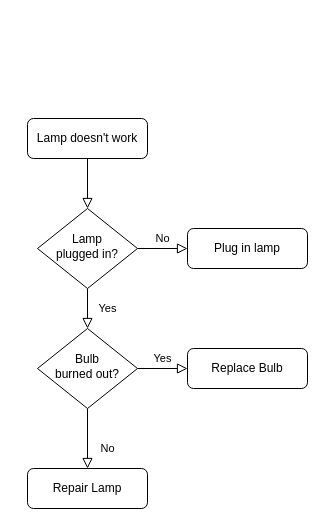
The draw.io diagram 重复发放.drawio in moshan123/draw, before the edit. Source tidied: cells renumbered, new cells numbered last; positions are measured from the earlier drawing's top-left corner, leaving out a move shared by most shapes. Both pictures are drawn from the tidied source at 100%, with x=0, y=0 at pixel (27, 118).
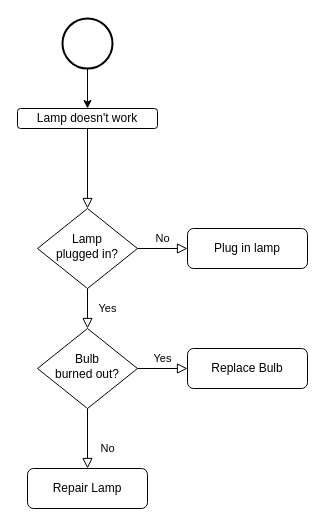
The same page after the edit.

Commit message:
更新重复发放.drawio

Diff of the diagram source:
```diff
@@
 <mxGraphModel>
   <root>
     <mxCell id="0" />
     <mxCell id="1" parent="0" />
     <mxCell id="2" style="rounded=0;html=1;jettySize=auto;fontSize=11;endArrow=block;endFill=0;endSize=8;strokeWidth=1;shadow=0;labelBackgroundColor=none;edgeStyle=orthogonalEdgeStyle;" parent="1" edge="1" source="3" target="6">
       <mxGeometry relative="1" as="geometry" />
     </mxCell>
     <mxCell id="3" value="Lamp doesn't work" style="rounded=1;whiteSpace=wrap;html=1;fontSize=12;glass=0;strokeWidth=1;shadow=0;" parent="1" vertex="1">
-      <mxGeometry width="120" height="40" as="geometry" />
+      <mxGeometry x="-10" y="-10" width="140" height="20" as="geometry" />
     </mxCell>
     <mxCell id="4" value="Yes" style="rounded=0;html=1;jettySize=auto;fontSize=11;endArrow=block;endFill=0;endSize=8;strokeWidth=1;shadow=0;labelBackgroundColor=none;edgeStyle=orthogonalEdgeStyle;" parent="1" edge="1" source="6" target="10">
       <mxGeometry y="20" relative="1" as="geometry" />
     </mxCell>
     <mxCell id="5" value="No" style="edgeStyle=orthogonalEdgeStyle;rounded=0;html=1;jettySize=auto;fontSize=11;endArrow=block;endFill=0;endSize=8;strokeWidth=1;shadow=0;labelBackgroundColor=none;" parent="1" edge="1" source="6" target="7">
       <mxGeometry y="10" relative="1" as="geometry" />
     </mxCell>
     <mxCell id="6" value="Lamp&lt;br&gt;plugged in?" style="rhombus;whiteSpace=wrap;html=1;shadow=0;fontFamily=Helvetica;fontSize=12;align=center;strokeWidth=1;spacing=6;spacingTop=-4;" parent="1" vertex="1">
       <mxGeometry x="10" y="90" width="100" height="80" as="geometry" />
     </mxCell>
     <mxCell id="7" value="Plug in lamp" style="rounded=1;whiteSpace=wrap;html=1;fontSize=12;glass=0;strokeWidth=1;shadow=0;" parent="1" vertex="1">
       <mxGeometry x="160" y="110" width="120" height="40" as="geometry" />
     </mxCell>
     <mxCell id="8" value="No" style="rounded=0;html=1;jettySize=auto;fontSize=11;endArrow=block;endFill=0;endSize=8;strokeWidth=1;shadow=0;labelBackgroundColor=none;edgeStyle=orthogonalEdgeStyle;" parent="1" edge="1" source="10" target="11">
       <mxGeometry x="0.33" y="20" relative="1" as="geometry" />
     </mxCell>
     <mxCell id="9" value="Yes" style="edgeStyle=orthogonalEdgeStyle;rounded=0;html=1;jettySize=auto;fontSize=11;endArrow=block;endFill=0;endSize=8;strokeWidth=1;shadow=0;labelBackgroundColor=none;" parent="1" edge="1" source="10" target="12">
       <mxGeometry y="10" relative="1" as="geometry" />
     </mxCell>
     <mxCell id="10" value="Bulb&lt;br&gt;burned out?" style="rhombus;whiteSpace=wrap;html=1;shadow=0;fontFamily=Helvetica;fontSize=12;align=center;strokeWidth=1;spacing=6;spacingTop=-4;" parent="1" vertex="1">
       <mxGeometry x="10" y="210" width="100" height="80" as="geometry" />
     </mxCell>
     <mxCell id="11" value="Repair Lamp" style="rounded=1;whiteSpace=wrap;html=1;fontSize=12;glass=0;strokeWidth=1;shadow=0;" parent="1" vertex="1">
       <mxGeometry y="350" width="120" height="40" as="geometry" />
     </mxCell>
     <mxCell id="12" value="Replace Bulb" style="rounded=1;whiteSpace=wrap;html=1;fontSize=12;glass=0;strokeWidth=1;shadow=0;" parent="1" vertex="1">
       <mxGeometry x="160" y="230" width="120" height="40" as="geometry" />
     </mxCell>
+    <mxCell id="13" style="edgeStyle=orthogonalEdgeStyle;rounded=0;jettySize=auto;html=1;" parent="1" edge="1" source="14" target="3">
+      <mxGeometry relative="1" as="geometry" />
+    </mxCell>
+    <mxCell id="14" style="strokeWidth=2;html=1;shape=mxgraph.flowchart.start_2;whiteSpace=wrap;" parent="1" vertex="1">
+      <mxGeometry x="35" y="-100" width="50" height="50" as="geometry" />
+    </mxCell>
   </root>
 </mxGraphModel>
```
